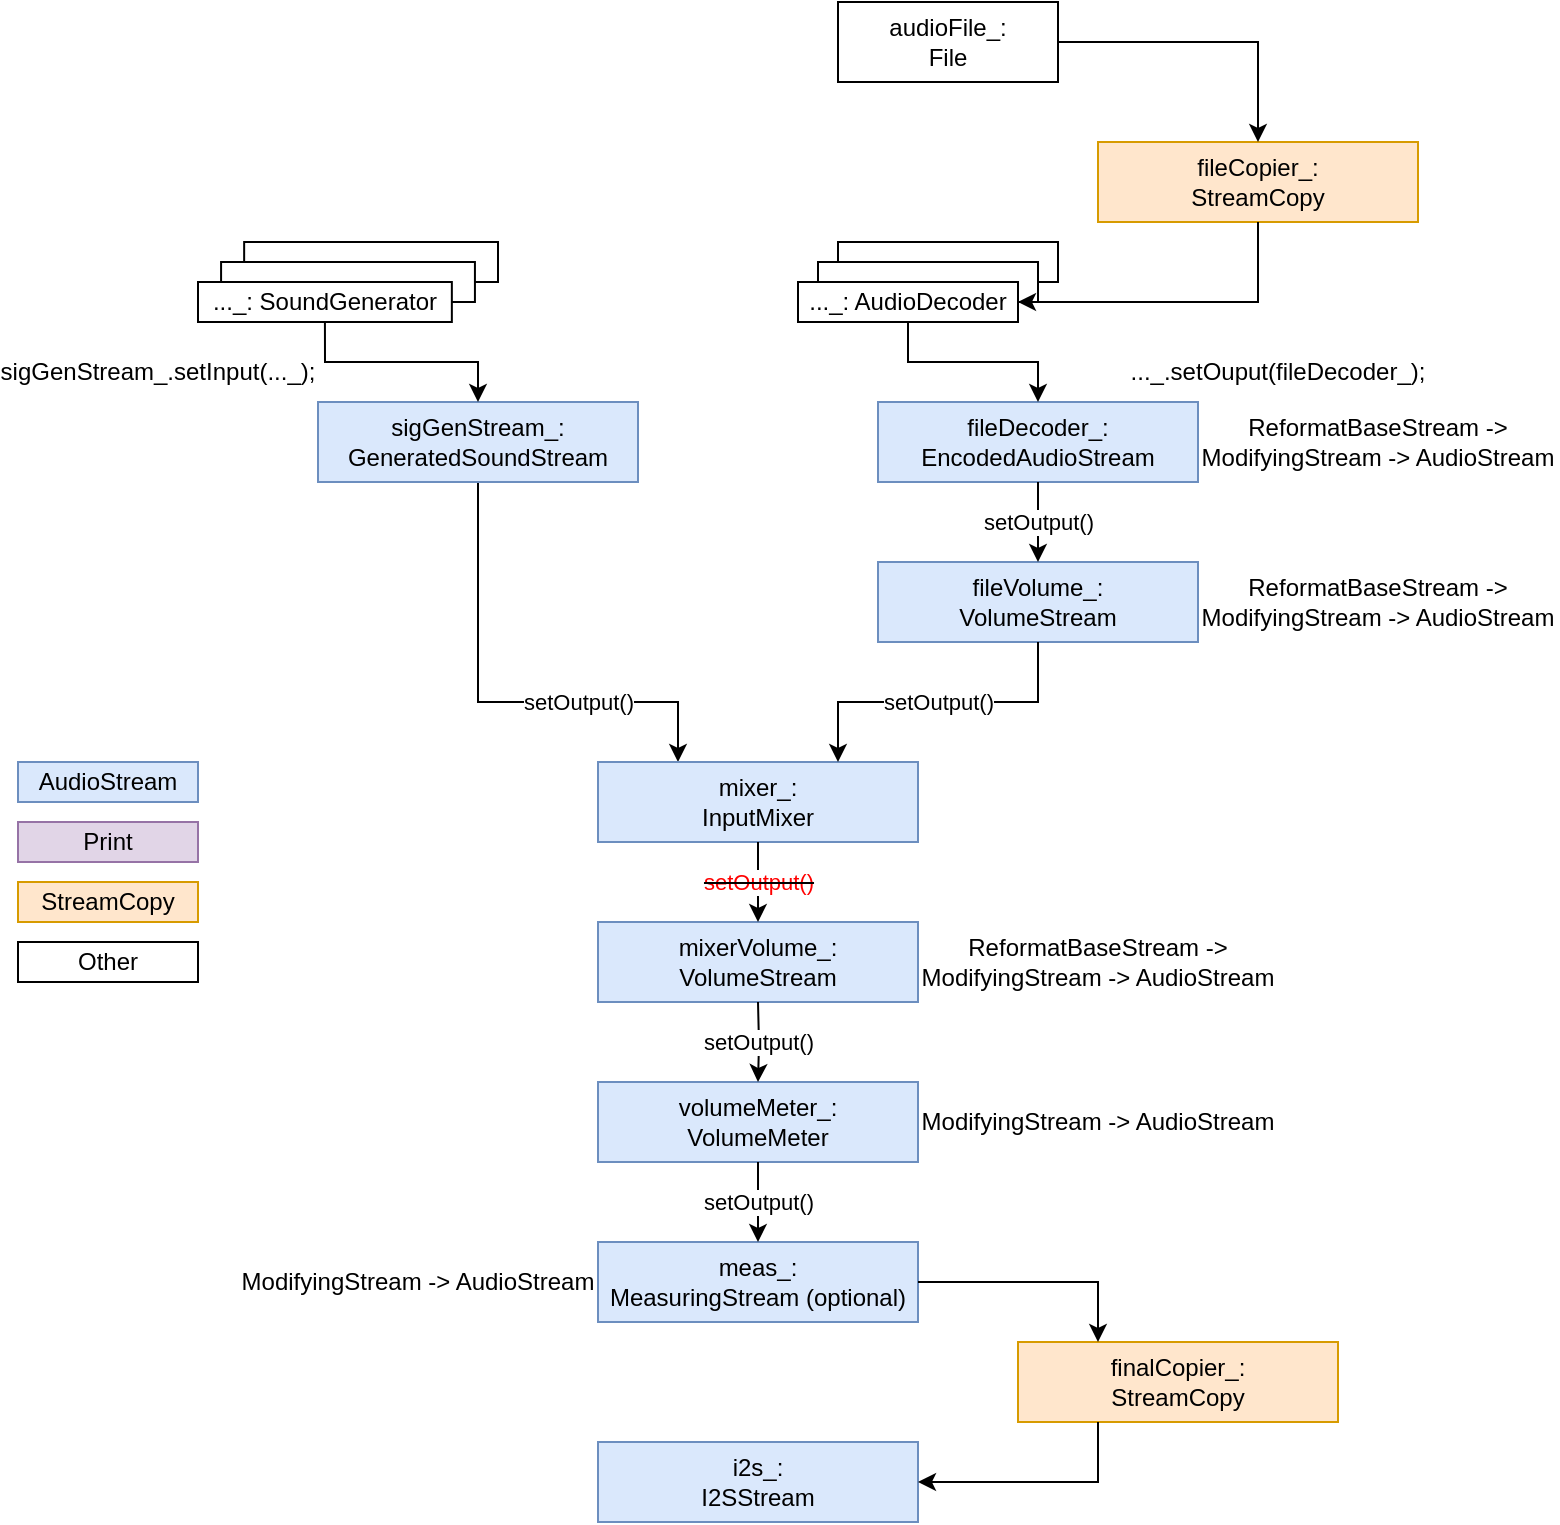
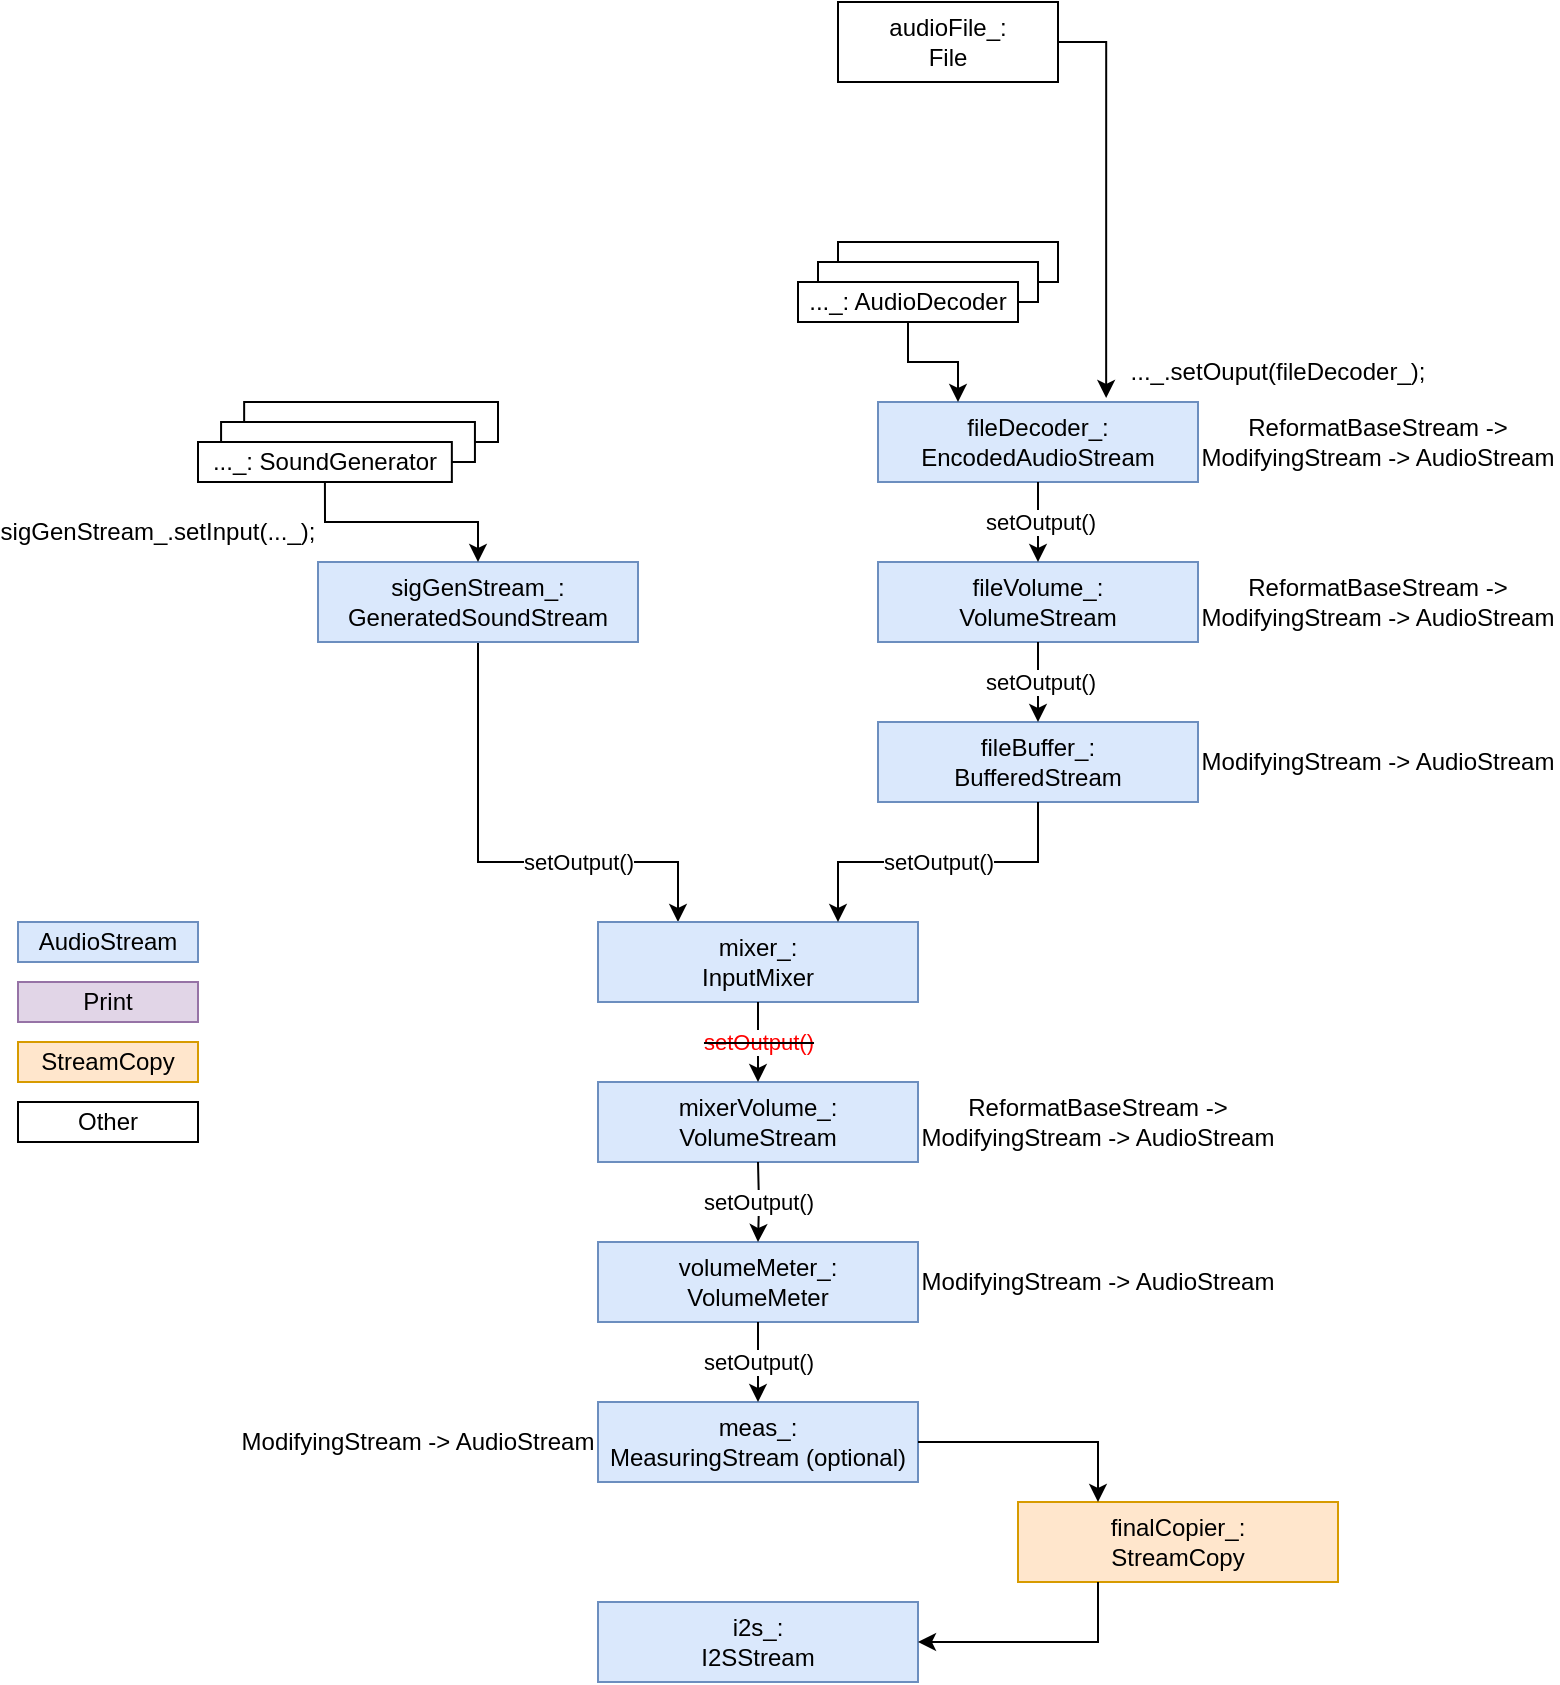
<mxfile host="Electron">
  <diagram name="Seite-1" id="1t-Lc28osJdG3y2xKX6E">
-     <mxGraphModel dx="1626" dy="861" grid="1" gridSize="10" guides="1" tooltips="1" connect="1" arrows="1" fold="1" page="1" pageScale="1" pageWidth="827" pageHeight="1169" math="0" shadow="0">
+     <mxGraphModel dx="1294" dy="836" grid="1" gridSize="10" guides="1" tooltips="1" connect="1" arrows="1" fold="1" page="1" pageScale="1" pageWidth="827" pageHeight="1169" math="0" shadow="0">
      <root>
        <mxCell id="0" />
        <mxCell id="1" parent="0" />
        <mxCell id="Rp2D9WLOb1oVvoiUe9r0-4" connectable="0" parent="1" style="group" value="" vertex="1">
          <mxGeometry height="40" width="150" x="140" y="410" as="geometry" />
        </mxCell>
        <mxCell id="Rp2D9WLOb1oVvoiUe9r0-3" parent="Rp2D9WLOb1oVvoiUe9r0-4" style="html=1;whiteSpace=wrap;" value="" vertex="1">
          <mxGeometry height="20" width="126.9230769230769" x="23.076923076923073" as="geometry" />
        </mxCell>
        <mxCell id="Rp2D9WLOb1oVvoiUe9r0-2" parent="Rp2D9WLOb1oVvoiUe9r0-4" style="html=1;whiteSpace=wrap;" value="" vertex="1">
          <mxGeometry height="20" width="126.9230769230769" x="11.538461538461537" y="10" as="geometry" />
        </mxCell>
        <mxCell id="Rp2D9WLOb1oVvoiUe9r0-1" parent="Rp2D9WLOb1oVvoiUe9r0-4" style="html=1;whiteSpace=wrap;" value="..._: SoundGenerator" vertex="1">
          <mxGeometry height="20" width="126.9230769230769" y="20" as="geometry" />
        </mxCell>
        <mxCell id="Rp2D9WLOb1oVvoiUe9r0-17" edge="1" parent="1" source="Rp2D9WLOb1oVvoiUe9r0-5" style="edgeStyle=orthogonalEdgeStyle;rounded=0;orthogonalLoop=1;jettySize=auto;html=1;exitX=0.5;exitY=1;exitDx=0;exitDy=0;entryX=0.25;entryY=0;entryDx=0;entryDy=0;" target="Rp2D9WLOb1oVvoiUe9r0-12" value="setOutput()">
          <mxGeometry relative="1" x="0.3333" as="geometry">
            <mxPoint as="offset" />
            <Array as="points">
              <mxPoint x="280" y="640" />
              <mxPoint x="380" y="640" />
            </Array>
            <mxPoint x="280" y="560" as="sourcePoint" />
          </mxGeometry>
        </mxCell>
        <mxCell id="Rp2D9WLOb1oVvoiUe9r0-5" parent="1" style="html=1;whiteSpace=wrap;fillColor=#dae8fc;strokeColor=#6c8ebf;" value="sigGenStream_:&lt;br&gt;GeneratedSoundStream" vertex="1">
          <mxGeometry height="40" width="160" x="200" y="490" as="geometry" />
        </mxCell>
        <mxCell id="Rp2D9WLOb1oVvoiUe9r0-6" connectable="0" parent="1" style="group" value="" vertex="1">
-           <mxGeometry height="40" width="130" x="440" y="410" as="geometry" />
+           <mxGeometry height="40" width="130" x="440" y="330" as="geometry" />
        </mxCell>
        <mxCell id="Rp2D9WLOb1oVvoiUe9r0-7" parent="Rp2D9WLOb1oVvoiUe9r0-6" style="html=1;whiteSpace=wrap;" value="" vertex="1">
          <mxGeometry height="20" width="110" x="20" as="geometry" />
        </mxCell>
        <mxCell id="Rp2D9WLOb1oVvoiUe9r0-8" parent="Rp2D9WLOb1oVvoiUe9r0-6" style="html=1;whiteSpace=wrap;" value="" vertex="1">
          <mxGeometry height="20" width="110" x="10" y="10" as="geometry" />
        </mxCell>
        <mxCell id="Rp2D9WLOb1oVvoiUe9r0-9" parent="Rp2D9WLOb1oVvoiUe9r0-6" style="html=1;whiteSpace=wrap;" value="..._: AudioDecoder" vertex="1">
          <mxGeometry height="20" width="110" y="20" as="geometry" />
        </mxCell>
        <mxCell id="Rp2D9WLOb1oVvoiUe9r0-10" parent="1" style="html=1;whiteSpace=wrap;fillColor=#dae8fc;strokeColor=#6c8ebf;" value="fileDecoder_:&lt;br&gt;EncodedAudioStream" vertex="1">
-           <mxGeometry height="40" width="160" x="480" y="490" as="geometry" />
+           <mxGeometry height="40" width="160" x="480" y="410" as="geometry" />
        </mxCell>
-         <mxCell id="Rp2D9WLOb1oVvoiUe9r0-11" parent="1" style="html=1;whiteSpace=wrap;fillColor=#dae8fc;strokeColor=#6c8ebf;" value="fileVolume_:&lt;br&gt;VolumeStream" vertex="1">
+         <mxCell id="Rp2D9WLOb1oVvoiUe9r0-11" parent="1" style="html=1;whiteSpace=wrap;fillColor=#dae8fc;strokeColor=#6c8ebf;" value="fileBuffer_:&lt;div&gt;BufferedStream&lt;/div&gt;" vertex="1">
          <mxGeometry height="40" width="160" x="480" y="570" as="geometry" />
        </mxCell>
        <mxCell id="Rp2D9WLOb1oVvoiUe9r0-12" parent="1" style="html=1;whiteSpace=wrap;fillColor=#dae8fc;strokeColor=#6c8ebf;" value="mixer_:&lt;br&gt;InputMixer" vertex="1">
          <mxGeometry height="40" width="160" x="340" y="670" as="geometry" />
        </mxCell>
        <mxCell id="Rp2D9WLOb1oVvoiUe9r0-13" parent="1" style="html=1;whiteSpace=wrap;fillColor=#dae8fc;strokeColor=#6c8ebf;" value="mixerVolume_:&lt;br&gt;VolumeStream" vertex="1">
          <mxGeometry height="40" width="160" x="340" y="750" as="geometry" />
        </mxCell>
        <mxCell id="Rp2D9WLOb1oVvoiUe9r0-14" parent="1" style="html=1;whiteSpace=wrap;fillColor=#dae8fc;strokeColor=#6c8ebf;" value="volumeMeter_:&lt;br&gt;VolumeMeter" vertex="1">
          <mxGeometry height="40" width="160" x="340" y="830" as="geometry" />
        </mxCell>
        <mxCell id="Rp2D9WLOb1oVvoiUe9r0-15" parent="1" style="html=1;whiteSpace=wrap;fillColor=#dae8fc;strokeColor=#6c8ebf;" value="meas_:&lt;br&gt;MeasuringStream (optional)" vertex="1">
          <mxGeometry height="40" width="160" x="340" y="910" as="geometry" />
        </mxCell>
        <mxCell id="Rp2D9WLOb1oVvoiUe9r0-16" parent="1" style="html=1;whiteSpace=wrap;fillColor=#dae8fc;strokeColor=#6c8ebf;" value="i2s_:&lt;br&gt;I2SStream" vertex="1">
          <mxGeometry height="40" width="160" x="340" y="1010" as="geometry" />
        </mxCell>
        <mxCell id="Rp2D9WLOb1oVvoiUe9r0-18" edge="1" parent="1" source="Rp2D9WLOb1oVvoiUe9r0-11" style="edgeStyle=orthogonalEdgeStyle;rounded=0;orthogonalLoop=1;jettySize=auto;html=1;exitX=0.5;exitY=1;exitDx=0;exitDy=0;entryX=0.75;entryY=0;entryDx=0;entryDy=0;" target="Rp2D9WLOb1oVvoiUe9r0-12" value="setOutput()">
          <mxGeometry relative="1" as="geometry">
            <mxPoint x="290" y="570" as="sourcePoint" />
            <mxPoint x="390" y="680" as="targetPoint" />
          </mxGeometry>
        </mxCell>
        <mxCell id="Rp2D9WLOb1oVvoiUe9r0-19" edge="1" parent="1" source="Rp2D9WLOb1oVvoiUe9r0-12" style="edgeStyle=orthogonalEdgeStyle;rounded=0;orthogonalLoop=1;jettySize=auto;html=1;exitX=0.5;exitY=1;exitDx=0;exitDy=0;entryX=0.5;entryY=0;entryDx=0;entryDy=0;" target="Rp2D9WLOb1oVvoiUe9r0-13" value="&lt;strike&gt;&lt;font style=&quot;color: rgb(255, 0, 0);&quot;&gt;setOutput()&lt;/font&gt;&lt;/strike&gt;">
          <mxGeometry relative="1" as="geometry">
            <mxPoint x="290" y="570" as="sourcePoint" />
            <mxPoint x="390" y="680" as="targetPoint" />
          </mxGeometry>
        </mxCell>
        <mxCell id="Rp2D9WLOb1oVvoiUe9r0-20" edge="1" parent="1" style="edgeStyle=orthogonalEdgeStyle;rounded=0;orthogonalLoop=1;jettySize=auto;html=1;entryX=0.5;entryY=0;entryDx=0;entryDy=0;" target="Rp2D9WLOb1oVvoiUe9r0-14" value="setOutput()">
          <mxGeometry relative="1" as="geometry">
            <mxPoint x="420" y="790" as="sourcePoint" />
            <mxPoint x="430" y="760" as="targetPoint" />
          </mxGeometry>
        </mxCell>
        <mxCell id="Rp2D9WLOb1oVvoiUe9r0-21" edge="1" parent="1" source="Rp2D9WLOb1oVvoiUe9r0-14" style="edgeStyle=orthogonalEdgeStyle;rounded=0;orthogonalLoop=1;jettySize=auto;html=1;entryX=0.5;entryY=0;entryDx=0;entryDy=0;exitX=0.5;exitY=1;exitDx=0;exitDy=0;" target="Rp2D9WLOb1oVvoiUe9r0-15" value="setOutput()">
          <mxGeometry relative="1" as="geometry">
            <mxPoint x="430" y="820" as="sourcePoint" />
            <mxPoint x="430" y="840" as="targetPoint" />
          </mxGeometry>
        </mxCell>
        <mxCell id="Rp2D9WLOb1oVvoiUe9r0-23" parent="1" style="html=1;whiteSpace=wrap;fillColor=#ffe6cc;strokeColor=#d79b00;" value="finalCopier_:&lt;br&gt;StreamCopy" vertex="1">
          <mxGeometry height="40" width="160" x="550" y="960" as="geometry" />
        </mxCell>
        <mxCell id="Rp2D9WLOb1oVvoiUe9r0-24" edge="1" parent="1" source="Rp2D9WLOb1oVvoiUe9r0-15" style="edgeStyle=orthogonalEdgeStyle;rounded=0;orthogonalLoop=1;jettySize=auto;html=1;entryX=0.25;entryY=0;entryDx=0;entryDy=0;exitX=1;exitY=0.5;exitDx=0;exitDy=0;" target="Rp2D9WLOb1oVvoiUe9r0-23">
          <mxGeometry relative="1" as="geometry">
            <mxPoint x="400" y="970" as="sourcePoint" />
            <mxPoint x="430" y="920" as="targetPoint" />
          </mxGeometry>
        </mxCell>
        <mxCell id="Rp2D9WLOb1oVvoiUe9r0-25" edge="1" parent="1" source="Rp2D9WLOb1oVvoiUe9r0-23" style="edgeStyle=orthogonalEdgeStyle;rounded=0;orthogonalLoop=1;jettySize=auto;html=1;entryX=1;entryY=0.5;entryDx=0;entryDy=0;exitX=0.25;exitY=1;exitDx=0;exitDy=0;" target="Rp2D9WLOb1oVvoiUe9r0-16">
          <mxGeometry relative="1" as="geometry">
            <mxPoint x="510" y="940" as="sourcePoint" />
            <mxPoint x="600" y="970" as="targetPoint" />
          </mxGeometry>
        </mxCell>
-         <mxCell id="Rp2D9WLOb1oVvoiUe9r0-26" edge="1" parent="1" source="Rp2D9WLOb1oVvoiUe9r0-9" style="edgeStyle=orthogonalEdgeStyle;rounded=0;orthogonalLoop=1;jettySize=auto;html=1;exitX=0.5;exitY=1;exitDx=0;exitDy=0;" target="Rp2D9WLOb1oVvoiUe9r0-10" value="">
+         <mxCell id="Rp2D9WLOb1oVvoiUe9r0-26" edge="1" parent="1" source="Rp2D9WLOb1oVvoiUe9r0-9" style="edgeStyle=orthogonalEdgeStyle;rounded=0;orthogonalLoop=1;jettySize=auto;html=1;exitX=0.5;exitY=1;exitDx=0;exitDy=0;entryX=0.25;entryY=0;entryDx=0;entryDy=0;" target="Rp2D9WLOb1oVvoiUe9r0-10" value="">
          <mxGeometry relative="1" x="0.0095" as="geometry">
            <mxPoint as="offset" />
-             <mxPoint x="290" y="550" as="sourcePoint" />
-             <mxPoint x="390" y="660" as="targetPoint" />
-           </mxGeometry>
-         </mxCell>
-         <mxCell id="Rp2D9WLOb1oVvoiUe9r0-28" edge="1" parent="1" source="Rp2D9WLOb1oVvoiUe9r0-10" style="edgeStyle=orthogonalEdgeStyle;rounded=0;orthogonalLoop=1;jettySize=auto;html=1;exitX=0.5;exitY=1;exitDx=0;exitDy=0;entryX=0.5;entryY=0;entryDx=0;entryDy=0;" target="Rp2D9WLOb1oVvoiUe9r0-11" value="setOutput()">
-           <mxGeometry relative="1" as="geometry">
-             <mxPoint x="530" y="620" as="sourcePoint" />
-             <mxPoint x="470" y="680" as="targetPoint" />
+             <mxPoint x="290" y="470" as="sourcePoint" />
+             <mxPoint x="390" y="580" as="targetPoint" />
          </mxGeometry>
        </mxCell>
        <mxCell id="Rp2D9WLOb1oVvoiUe9r0-29" edge="1" parent="1" source="Rp2D9WLOb1oVvoiUe9r0-1" style="edgeStyle=orthogonalEdgeStyle;rounded=0;orthogonalLoop=1;jettySize=auto;html=1;exitX=0.5;exitY=1;exitDx=0;exitDy=0;" target="Rp2D9WLOb1oVvoiUe9r0-5" value="">
          <mxGeometry relative="1" x="0.0095" as="geometry">
            <mxPoint as="offset" />
            <mxPoint x="505" y="460" as="sourcePoint" />
            <mxPoint x="570" y="500" as="targetPoint" />
          </mxGeometry>
        </mxCell>
        <mxCell id="Rp2D9WLOb1oVvoiUe9r0-31" parent="1" style="text;html=1;whiteSpace=wrap;strokeColor=none;fillColor=none;align=center;verticalAlign=middle;rounded=0;" value="sigGenStream_.setInput(..._);" vertex="1">
          <mxGeometry height="30" width="60" x="90" y="460" as="geometry" />
        </mxCell>
        <mxCell id="Rp2D9WLOb1oVvoiUe9r0-32" parent="1" style="text;html=1;whiteSpace=wrap;strokeColor=none;fillColor=none;align=center;verticalAlign=middle;rounded=0;" value="..._.setOuput(fileDecoder_);" vertex="1">
-           <mxGeometry height="30" width="60" x="650" y="460" as="geometry" />
-         </mxCell>
-         <mxCell id="Rp2D9WLOb1oVvoiUe9r0-35" parent="1" style="html=1;whiteSpace=wrap;fillColor=#ffe6cc;strokeColor=#d79b00;" value="fileCopier_:&lt;br&gt;StreamCopy" vertex="1">
-           <mxGeometry height="40" width="160" x="590" y="360" as="geometry" />
+           <mxGeometry height="30" width="60" x="650" y="380" as="geometry" />
        </mxCell>
        <mxCell id="Rp2D9WLOb1oVvoiUe9r0-36" parent="1" style="html=1;whiteSpace=wrap;" value="audioFile_:&lt;br&gt;File" vertex="1">
-           <mxGeometry height="40" width="110" x="460" y="290" as="geometry" />
+           <mxGeometry height="40" width="110" x="460" y="210" as="geometry" />
        </mxCell>
-         <mxCell id="Rp2D9WLOb1oVvoiUe9r0-37" edge="1" parent="1" source="Rp2D9WLOb1oVvoiUe9r0-36" style="edgeStyle=orthogonalEdgeStyle;rounded=0;orthogonalLoop=1;jettySize=auto;html=1;entryX=0.5;entryY=0;entryDx=0;entryDy=0;exitX=1;exitY=0.5;exitDx=0;exitDy=0;" target="Rp2D9WLOb1oVvoiUe9r0-35">
+         <mxCell id="Rp2D9WLOb1oVvoiUe9r0-37" edge="1" parent="1" source="Rp2D9WLOb1oVvoiUe9r0-36" style="edgeStyle=orthogonalEdgeStyle;rounded=0;orthogonalLoop=1;jettySize=auto;html=1;entryX=0.713;entryY=-0.05;entryDx=0;entryDy=0;exitX=1;exitY=0.5;exitDx=0;exitDy=0;entryPerimeter=0;" target="Rp2D9WLOb1oVvoiUe9r0-10">
          <mxGeometry relative="1" as="geometry">
-             <mxPoint x="510" y="940" as="sourcePoint" />
-             <mxPoint x="600" y="970" as="targetPoint" />
-           </mxGeometry>
-         </mxCell>
-         <mxCell id="Rp2D9WLOb1oVvoiUe9r0-38" edge="1" parent="1" source="Rp2D9WLOb1oVvoiUe9r0-35" style="edgeStyle=orthogonalEdgeStyle;rounded=0;orthogonalLoop=1;jettySize=auto;html=1;entryX=1;entryY=0.5;entryDx=0;entryDy=0;exitX=0.5;exitY=1;exitDx=0;exitDy=0;" target="Rp2D9WLOb1oVvoiUe9r0-9">
-           <mxGeometry relative="1" as="geometry">
-             <mxPoint x="580" y="320" as="sourcePoint" />
-             <mxPoint x="680" y="370" as="targetPoint" />
+             <mxPoint x="510" y="860" as="sourcePoint" />
+             <mxPoint x="670" y="280" as="targetPoint" />
          </mxGeometry>
        </mxCell>
        <mxCell id="Rp2D9WLOb1oVvoiUe9r0-39" parent="1" style="html=1;whiteSpace=wrap;fillColor=#dae8fc;strokeColor=#6c8ebf;" value="AudioStream" vertex="1">
          <mxGeometry height="20" width="90" x="50" y="670" as="geometry" />
        </mxCell>
        <mxCell id="Rp2D9WLOb1oVvoiUe9r0-40" parent="1" style="html=1;whiteSpace=wrap;fillColor=#e1d5e7;strokeColor=#9673a6;" value="Print" vertex="1">
          <mxGeometry height="20" width="90" x="50" y="700" as="geometry" />
        </mxCell>
        <mxCell id="Rp2D9WLOb1oVvoiUe9r0-41" parent="1" style="html=1;whiteSpace=wrap;fillColor=#ffe6cc;strokeColor=#d79b00;" value="StreamCopy" vertex="1">
          <mxGeometry height="20" width="90" x="50" y="730" as="geometry" />
        </mxCell>
        <mxCell id="Rp2D9WLOb1oVvoiUe9r0-42" parent="1" style="html=1;whiteSpace=wrap;" value="Other" vertex="1">
          <mxGeometry height="20" width="90" x="50" y="760" as="geometry" />
        </mxCell>
        <mxCell id="Rp2D9WLOb1oVvoiUe9r0-43" parent="1" style="text;html=1;whiteSpace=wrap;strokeColor=none;fillColor=none;align=center;verticalAlign=middle;rounded=0;" value="ReformatBaseStream -&amp;gt; ModifyingStream -&amp;gt; AudioStream" vertex="1">
-           <mxGeometry height="30" width="180" x="640" y="495" as="geometry" />
+           <mxGeometry height="30" width="180" x="640" y="415" as="geometry" />
        </mxCell>
        <mxCell id="Rp2D9WLOb1oVvoiUe9r0-44" parent="1" style="text;html=1;whiteSpace=wrap;strokeColor=none;fillColor=none;align=center;verticalAlign=middle;rounded=0;" value="ReformatBaseStream -&amp;gt; ModifyingStream -&amp;gt; AudioStream" vertex="1">
-           <mxGeometry height="30" width="180" x="640" y="575" as="geometry" />
+           <mxGeometry height="30" width="180" x="640" y="495" as="geometry" />
        </mxCell>
        <mxCell id="Rp2D9WLOb1oVvoiUe9r0-45" parent="1" style="text;html=1;whiteSpace=wrap;strokeColor=none;fillColor=none;align=center;verticalAlign=middle;rounded=0;" value="ModifyingStream -&amp;gt; AudioStream" vertex="1">
          <mxGeometry height="30" width="180" x="500" y="835" as="geometry" />
        </mxCell>
        <mxCell id="Rp2D9WLOb1oVvoiUe9r0-46" parent="1" style="text;html=1;whiteSpace=wrap;strokeColor=none;fillColor=none;align=center;verticalAlign=middle;rounded=0;" value="ReformatBaseStream -&amp;gt; ModifyingStream -&amp;gt; AudioStream" vertex="1">
          <mxGeometry height="30" width="180" x="500" y="755" as="geometry" />
        </mxCell>
        <mxCell id="Rp2D9WLOb1oVvoiUe9r0-47" parent="1" style="text;html=1;whiteSpace=wrap;strokeColor=none;fillColor=none;align=center;verticalAlign=middle;rounded=0;" value="ModifyingStream -&amp;gt; AudioStream" vertex="1">
          <mxGeometry height="30" width="180" x="160" y="915" as="geometry" />
        </mxCell>
+         <mxCell id="Rp2D9WLOb1oVvoiUe9r0-48" parent="1" style="html=1;whiteSpace=wrap;fillColor=#dae8fc;strokeColor=#6c8ebf;" value="fileVolume_:&lt;br&gt;VolumeStream" vertex="1">
+           <mxGeometry height="40" width="160" x="480" y="490" as="geometry" />
+         </mxCell>
+         <mxCell id="Rp2D9WLOb1oVvoiUe9r0-49" edge="1" parent="1" source="Rp2D9WLOb1oVvoiUe9r0-48" style="edgeStyle=orthogonalEdgeStyle;rounded=0;orthogonalLoop=1;jettySize=auto;html=1;exitX=0.5;exitY=1;exitDx=0;exitDy=0;" value="setOutput()">
+           <mxGeometry relative="1" as="geometry">
+             <mxPoint x="570" y="620" as="sourcePoint" />
+             <mxPoint x="560" y="570" as="targetPoint" />
+           </mxGeometry>
+         </mxCell>
+         <mxCell id="Rp2D9WLOb1oVvoiUe9r0-50" edge="1" parent="1" source="Rp2D9WLOb1oVvoiUe9r0-10" style="edgeStyle=orthogonalEdgeStyle;rounded=0;orthogonalLoop=1;jettySize=auto;html=1;exitX=0.5;exitY=1;exitDx=0;exitDy=0;" value="setOutput()">
+           <mxGeometry relative="1" as="geometry">
+             <mxPoint x="570" y="540" as="sourcePoint" />
+             <mxPoint x="560" y="490" as="targetPoint" />
+           </mxGeometry>
+         </mxCell>
+         <mxCell id="Rp2D9WLOb1oVvoiUe9r0-51" parent="1" style="text;html=1;whiteSpace=wrap;strokeColor=none;fillColor=none;align=center;verticalAlign=middle;rounded=0;" value="ModifyingStream -&amp;gt; AudioStream" vertex="1">
+           <mxGeometry height="30" width="180" x="640" y="575" as="geometry" />
+         </mxCell>
      </root>
    </mxGraphModel>
  </diagram>
</mxfile>
